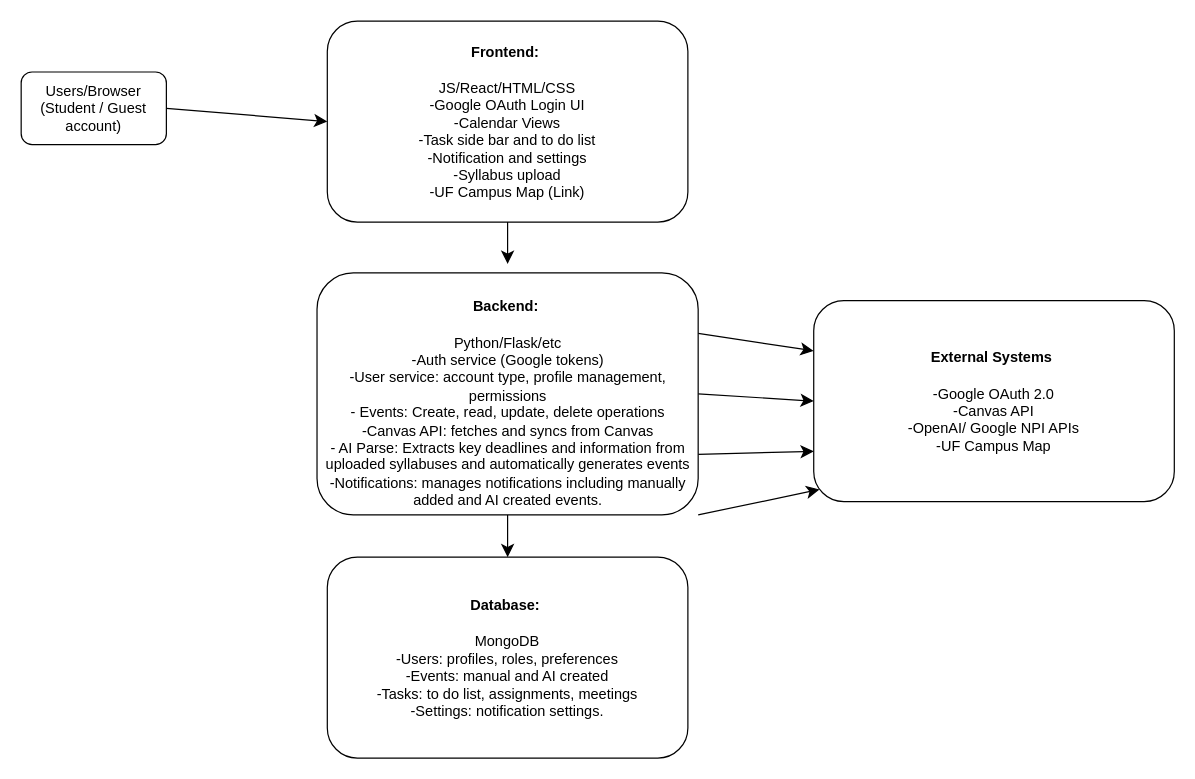
patelanay/CampusCompass keeps this draw.io diagram as Documentation/System Architecture Diagram.drawio. Above is the earlier version. Source tidied: cells renumbered, new cells numbered last; positions are measured from the earlier drawing's top-left corner, leaving out a move shared by most shapes. Both pictures are drawn from the tidied source at 121%, with x=0, y=0 at pixel (21, 21).
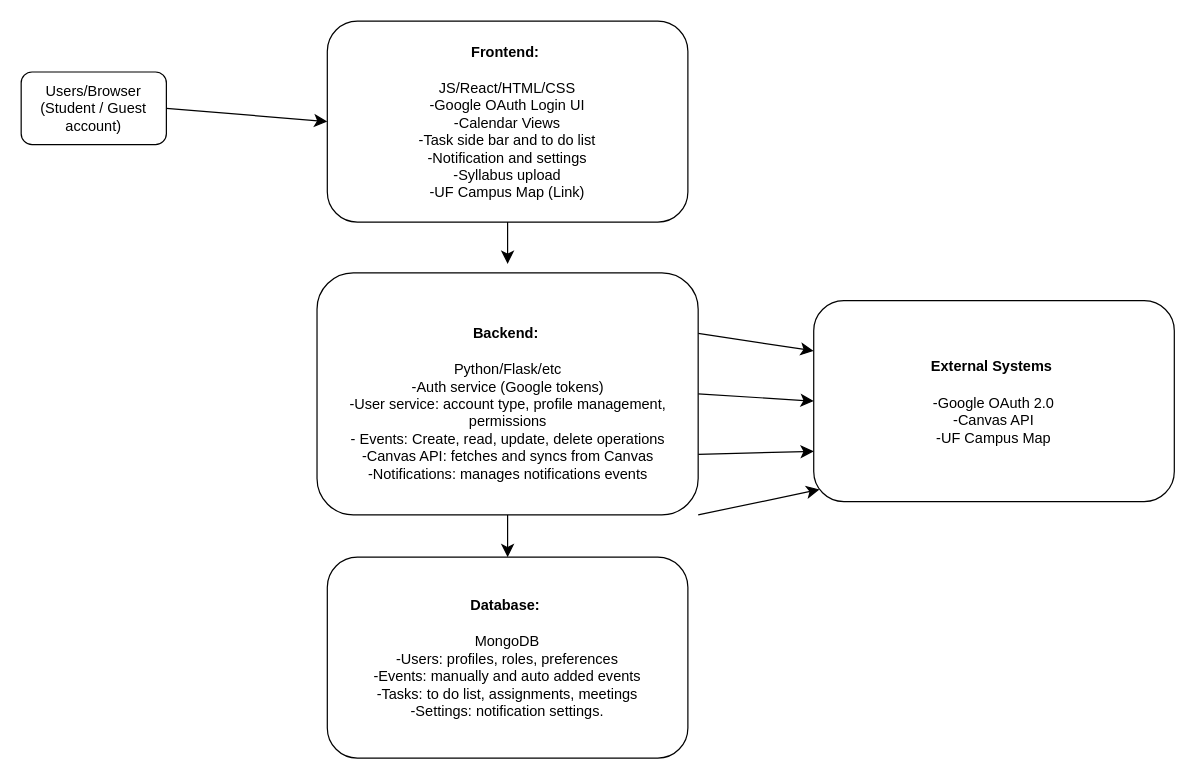
After the change.

The edit, as a diff of the source:
```diff
@@
 <mxGraphModel>
   <root>
     <mxCell id="0" />
     <mxCell id="1" parent="0" />
     <mxCell id="2" value="&lt;h4&gt;&lt;b&gt;Frontend:&amp;nbsp;&lt;/b&gt;&lt;/h4&gt;&lt;div&gt;JS/React/HTML/CSS&lt;/div&gt;&lt;div&gt;-Google OAuth Login UI&lt;/div&gt;&lt;div&gt;-Calendar Views&lt;/div&gt;&lt;div&gt;-Task side bar and to do list&lt;/div&gt;&lt;div&gt;-Notification and settings&lt;/div&gt;&lt;div&gt;-Syllabus upload&lt;/div&gt;&lt;div&gt;-UF Campus Map (Link)&lt;/div&gt;&lt;div&gt;&lt;br&gt;&lt;/div&gt;" style="rounded=1;whiteSpace=wrap;html=1;" parent="1" vertex="1">
       <mxGeometry x="253" width="298" height="166" as="geometry" />
     </mxCell>
     <mxCell id="3" style="edgeStyle=none;curved=1;rounded=0;jettySize=auto;html=1;exitX=1;exitY=0.5;exitDx=0;exitDy=0;entryX=0;entryY=0.5;entryDx=0;entryDy=0;fontSize=12;startSize=8;endSize=8;" parent="1" edge="1" source="4" target="2">
       <mxGeometry relative="1" as="geometry" />
     </mxCell>
     <mxCell id="4" value="Users/Browser&lt;div&gt;(Student / Guest account)&lt;/div&gt;" style="rounded=1;whiteSpace=wrap;html=1;" parent="1" vertex="1">
       <mxGeometry y="42" width="120" height="60" as="geometry" />
     </mxCell>
     <mxCell id="5" style="edgeStyle=none;curved=1;rounded=0;jettySize=auto;html=1;exitX=0.5;exitY=1;exitDx=0;exitDy=0;entryX=0.5;entryY=0;entryDx=0;entryDy=0;fontSize=12;startSize=8;endSize=8;" parent="1" edge="1" source="9" target="11">
       <mxGeometry relative="1" as="geometry" />
     </mxCell>
     <mxCell id="6" style="edgeStyle=none;curved=1;rounded=0;jettySize=auto;html=1;exitX=1;exitY=0.25;exitDx=0;exitDy=0;entryX=0;entryY=0.25;entryDx=0;entryDy=0;fontSize=12;startSize=8;endSize=8;" parent="1" edge="1" source="9" target="12">
       <mxGeometry relative="1" as="geometry" />
     </mxCell>
     <mxCell id="7" style="edgeStyle=none;curved=1;rounded=0;jettySize=auto;html=1;exitX=1;exitY=0.5;exitDx=0;exitDy=0;entryX=0;entryY=0.5;entryDx=0;entryDy=0;fontSize=12;startSize=8;endSize=8;" parent="1" edge="1" source="9" target="12">
       <mxGeometry relative="1" as="geometry" />
     </mxCell>
     <mxCell id="8" style="edgeStyle=none;curved=1;rounded=0;jettySize=auto;html=1;exitX=1;exitY=0.75;exitDx=0;exitDy=0;entryX=0;entryY=0.75;entryDx=0;entryDy=0;fontSize=12;startSize=8;endSize=8;" parent="1" edge="1" source="9" target="12">
       <mxGeometry relative="1" as="geometry" />
     </mxCell>
-    <mxCell id="9" value="&lt;br&gt;&lt;h4 style=&quot;forced-color-adjust: none; box-shadow: none !important;&quot;&gt;&lt;b style=&quot;forced-color-adjust: none; box-shadow: none !important;&quot;&gt;Backend:&amp;nbsp;&lt;/b&gt;&lt;/h4&gt;&lt;div style=&quot;forced-color-adjust: none; box-shadow: none !important;&quot;&gt;Python/Flask/etc&lt;/div&gt;&lt;div style=&quot;forced-color-adjust: none; box-shadow: none !important;&quot;&gt;-Auth service (Google tokens)&lt;/div&gt;&lt;div style=&quot;forced-color-adjust: none; box-shadow: none !important;&quot;&gt;-User service: account type, profile management, permissions&lt;/div&gt;&lt;div style=&quot;forced-color-adjust: none; box-shadow: none !important;&quot;&gt;- Events: Create, read, update, delete operations&lt;/div&gt;&lt;div style=&quot;forced-color-adjust: none; box-shadow: none !important;&quot;&gt;-Canvas API: fetches and syncs from Canvas&lt;/div&gt;&lt;div style=&quot;forced-color-adjust: none; box-shadow: none !important;&quot;&gt;- AI Parse: Extracts key deadlines and information from uploaded syllabuses and automatically generates events&lt;/div&gt;&lt;div style=&quot;forced-color-adjust: none; box-shadow: none !important;&quot;&gt;-Notifications: manages notifications including manually added and AI created events.&lt;/div&gt;&lt;div style=&quot;forced-color-adjust: none; box-shadow: none !important;&quot;&gt;&lt;br&gt;&lt;/div&gt;" style="rounded=1;whiteSpace=wrap;html=1;" parent="1" vertex="1">
+    <mxCell id="9" value="&lt;br&gt;&lt;h4 style=&quot;forced-color-adjust: none; box-shadow: none !important;&quot;&gt;&lt;b style=&quot;forced-color-adjust: none; box-shadow: none !important;&quot;&gt;Backend:&amp;nbsp;&lt;/b&gt;&lt;/h4&gt;&lt;div style=&quot;forced-color-adjust: none; box-shadow: none !important;&quot;&gt;Python/Flask/etc&lt;/div&gt;&lt;div style=&quot;forced-color-adjust: none; box-shadow: none !important;&quot;&gt;-Auth service (Google tokens)&lt;/div&gt;&lt;div style=&quot;forced-color-adjust: none; box-shadow: none !important;&quot;&gt;-User service: account type, profile management, permissions&lt;/div&gt;&lt;div style=&quot;forced-color-adjust: none; box-shadow: none !important;&quot;&gt;- Events: Create, read, update, delete operations&lt;/div&gt;&lt;div style=&quot;forced-color-adjust: none; box-shadow: none !important;&quot;&gt;-Canvas API: fetches and syncs from Canvas&lt;/div&gt;&lt;div style=&quot;forced-color-adjust: none; box-shadow: none !important;&quot;&gt;-Notifications: manages notifications events&lt;/div&gt;&lt;div style=&quot;forced-color-adjust: none; box-shadow: none !important;&quot;&gt;&lt;br&gt;&lt;/div&gt;" style="rounded=1;whiteSpace=wrap;html=1;" parent="1" vertex="1">
       <mxGeometry x="244.5" y="208" width="315" height="200" as="geometry" />
     </mxCell>
     <mxCell id="10" style="edgeStyle=none;curved=1;rounded=0;jettySize=auto;html=1;exitX=0.5;exitY=1;exitDx=0;exitDy=0;entryX=0.5;entryY=-0.037;entryDx=0;entryDy=0;entryPerimeter=0;fontSize=12;startSize=8;endSize=8;" parent="1" edge="1" source="2" target="9">
       <mxGeometry relative="1" as="geometry" />
     </mxCell>
-    <mxCell id="11" value="&lt;h4&gt;&lt;b&gt;Database:&amp;nbsp;&lt;/b&gt;&lt;/h4&gt;&lt;div&gt;MongoDB&lt;/div&gt;&lt;div&gt;-Users: profiles, roles, preferences&lt;/div&gt;&lt;div&gt;-Events: manual and AI created&lt;/div&gt;&lt;div&gt;-Tasks: to do list, assignments, meetings&lt;/div&gt;&lt;div&gt;-Settings: notification settings.&lt;/div&gt;&lt;div&gt;&lt;br&gt;&lt;/div&gt;" style="rounded=1;whiteSpace=wrap;html=1;" parent="1" vertex="1">
+    <mxCell id="11" value="&lt;h4&gt;&lt;b&gt;Database:&amp;nbsp;&lt;/b&gt;&lt;/h4&gt;&lt;div&gt;MongoDB&lt;/div&gt;&lt;div&gt;-Users: profiles, roles, preferences&lt;/div&gt;&lt;div&gt;-Events: manually and auto added events&lt;/div&gt;&lt;div&gt;-Tasks: to do list, assignments, meetings&lt;/div&gt;&lt;div&gt;-Settings: notification settings.&lt;/div&gt;&lt;div&gt;&lt;br&gt;&lt;/div&gt;" style="rounded=1;whiteSpace=wrap;html=1;" parent="1" vertex="1">
       <mxGeometry x="253" y="443" width="298" height="166" as="geometry" />
     </mxCell>
-    <mxCell id="12" value="&lt;h4&gt;&lt;b&gt;External Systems&amp;nbsp;&lt;/b&gt;&lt;/h4&gt;&lt;div&gt;-Google OAuth 2.0&lt;/div&gt;&lt;div&gt;-Canvas API&lt;/div&gt;&lt;div&gt;-OpenAI/ Google NPI APIs&lt;/div&gt;&lt;div&gt;-UF Campus Map&lt;/div&gt;&lt;div&gt;&lt;br&gt;&lt;/div&gt;" style="rounded=1;whiteSpace=wrap;html=1;" parent="1" vertex="1">
+    <mxCell id="12" value="&lt;h4&gt;&lt;b&gt;External Systems&amp;nbsp;&lt;/b&gt;&lt;/h4&gt;&lt;div&gt;-Google OAuth 2.0&lt;/div&gt;&lt;div&gt;-Canvas API&lt;/div&gt;&lt;div&gt;&lt;span style=&quot;background-color: transparent; color: light-dark(rgb(0, 0, 0), rgb(255, 255, 255));&quot;&gt;-UF Campus Map&lt;/span&gt;&lt;/div&gt;&lt;div&gt;&lt;br&gt;&lt;/div&gt;" style="rounded=1;whiteSpace=wrap;html=1;" parent="1" vertex="1">
       <mxGeometry x="655" y="231" width="298" height="166" as="geometry" />
     </mxCell>
     <mxCell id="13" style="edgeStyle=none;curved=1;rounded=0;jettySize=auto;html=1;exitX=1;exitY=1;exitDx=0;exitDy=0;entryX=0.016;entryY=0.94;entryDx=0;entryDy=0;entryPerimeter=0;fontSize=12;startSize=8;endSize=8;" parent="1" edge="1" source="9" target="12">
       <mxGeometry relative="1" as="geometry" />
     </mxCell>
   </root>
 </mxGraphModel>
```
